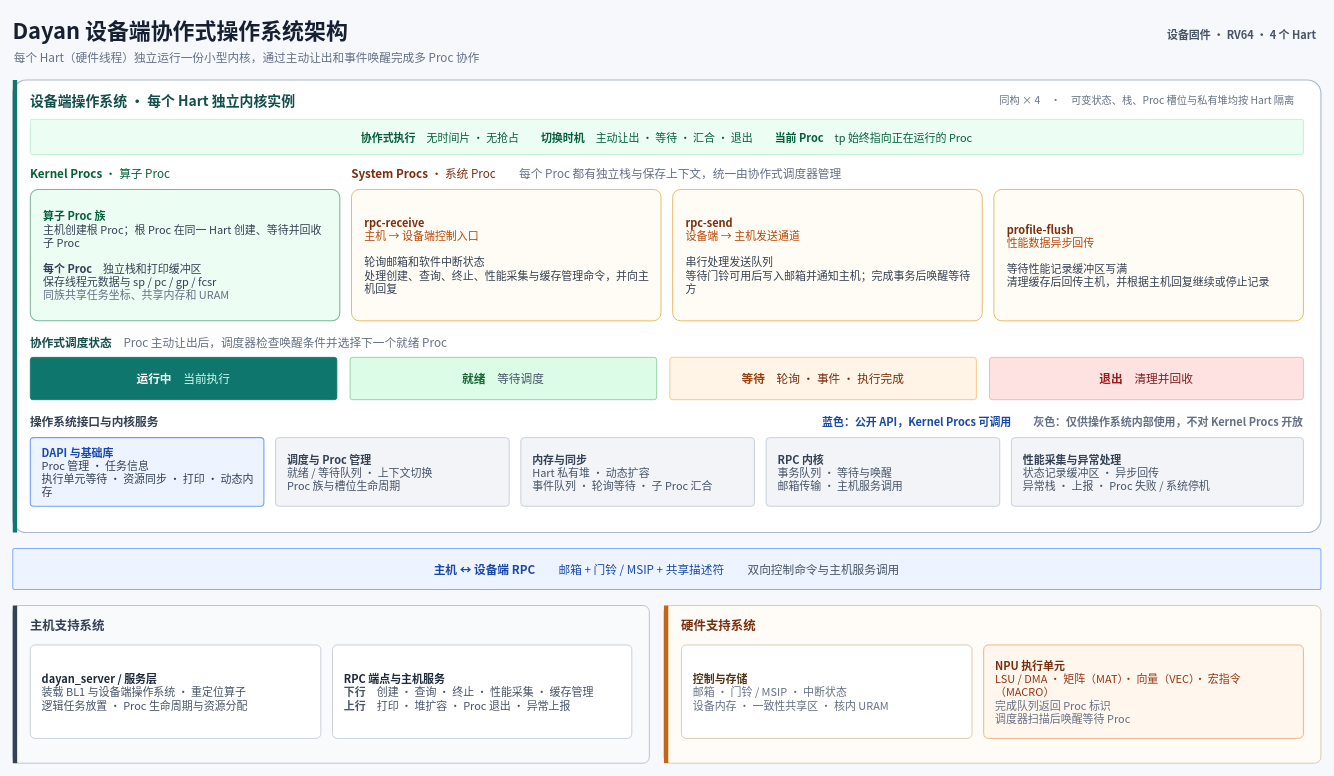
Earlier version of the draw.io diagram dayan_kernel_docs/device_os_architecture.drawio (OpenDayan/Dayan-base). Source tidied: cells renumbered, new cells numbered last; positions are measured from the earlier drawing's top-left corner, leaving out a move shared by most shapes. Both pictures are drawn from the tidied source at 73%, with x=0, y=0 at pixel (12, 12).
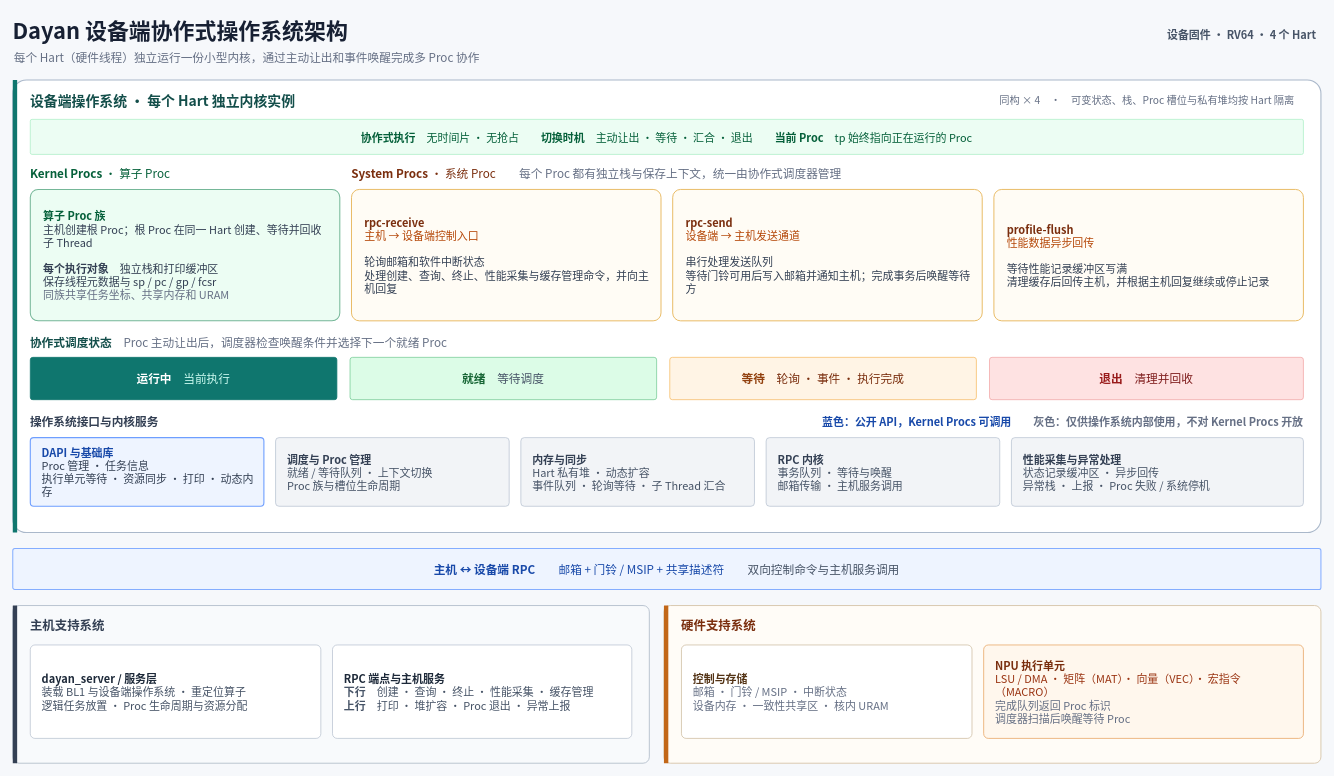
After the change.

The edit, as a diff of the source:
```diff
@@
-    <mxCell id="12" value="&lt;b&gt;算子 Proc 族&lt;/b&gt;&lt;br&gt;&lt;font color=&quot;#344054&quot;&gt;主机创建根 Proc；根 Proc 在同一 Hart 创建、等待并回收子 Proc&lt;br&gt;&lt;br&gt;&lt;b&gt;每个 Proc&lt;/b&gt;　独立栈和打印缓冲区&lt;br&gt;保存线程元数据与 sp / pc / gp / fcsr&lt;br&gt;&lt;font color=&quot;#667085&quot;&gt;同族共享任务坐标、共享内存和 URAM&lt;/font&gt;&lt;/font&gt;" style="rounded=1;arcSize=6;whiteSpace=wrap;html=1;fillColor=#ECFDF3;strokeColor=#75B798;strokeWidth=1.4;align=left;verticalAlign=middle;fontFamily=Noto Sans CJK SC;fontSize=15;fontColor=#05603A;spacingLeft=16;spacingRight=12;" parent="1" vertex="1">
+    <mxCell id="12" value="&lt;b&gt;算子 Proc 族&lt;/b&gt;&lt;br&gt;&lt;font color=&quot;#344054&quot;&gt;主机创建根 Proc；根 Proc 在同一 Hart 创建、等待并回收子 Thread&lt;br&gt;&lt;br&gt;&lt;b&gt;每个执行对象&lt;/b&gt;　独立栈和打印缓冲区&lt;br&gt;保存线程元数据与 sp / pc / gp / fcsr&lt;br&gt;&lt;font color=&quot;#667085&quot;&gt;同族共享任务坐标、共享内存和 URAM&lt;/font&gt;&lt;/font&gt;" style="rounded=1;arcSize=6;whiteSpace=wrap;html=1;fillColor=#ECFDF3;strokeColor=#75B798;strokeWidth=1.4;align=left;verticalAlign=middle;fontFamily=Noto Sans CJK SC;fontSize=15;fontColor=#05603A;spacingLeft=16;spacingRight=12;" parent="1" vertex="1">
       <mxGeometry x="24" y="242" width="424" height="180" as="geometry" />
     </mxCell>
@@
-    <mxCell id="25" value="&lt;b&gt;内存与同步&lt;/b&gt;&lt;br&gt;&lt;font color=&quot;#475467&quot;&gt;Hart 私有堆 · 动态扩容&lt;br&gt;事件队列 · 轮询等待 · 子 Proc 汇合&lt;/font&gt;" style="rounded=1;arcSize=5;whiteSpace=wrap;html=1;fillColor=#F2F4F7;strokeColor=#B6C2D1;align=left;verticalAlign=middle;fontFamily=Noto Sans CJK SC;fontSize=15;fontColor=#344054;spacingLeft=14;spacingRight=8;" parent="1" vertex="1">
+    <mxCell id="25" value="&lt;b&gt;内存与同步&lt;/b&gt;&lt;br&gt;&lt;font color=&quot;#475467&quot;&gt;Hart 私有堆 · 动态扩容&lt;br&gt;事件队列 · 轮询等待 · 子 Thread 汇合&lt;/font&gt;" style="rounded=1;arcSize=5;whiteSpace=wrap;html=1;fillColor=#F2F4F7;strokeColor=#B6C2D1;align=left;verticalAlign=middle;fontFamily=Noto Sans CJK SC;fontSize=15;fontColor=#344054;spacingLeft=14;spacingRight=8;" parent="1" vertex="1">
       <mxGeometry x="696" y="582" width="320" height="94" as="geometry" />
     </mxCell>
```
